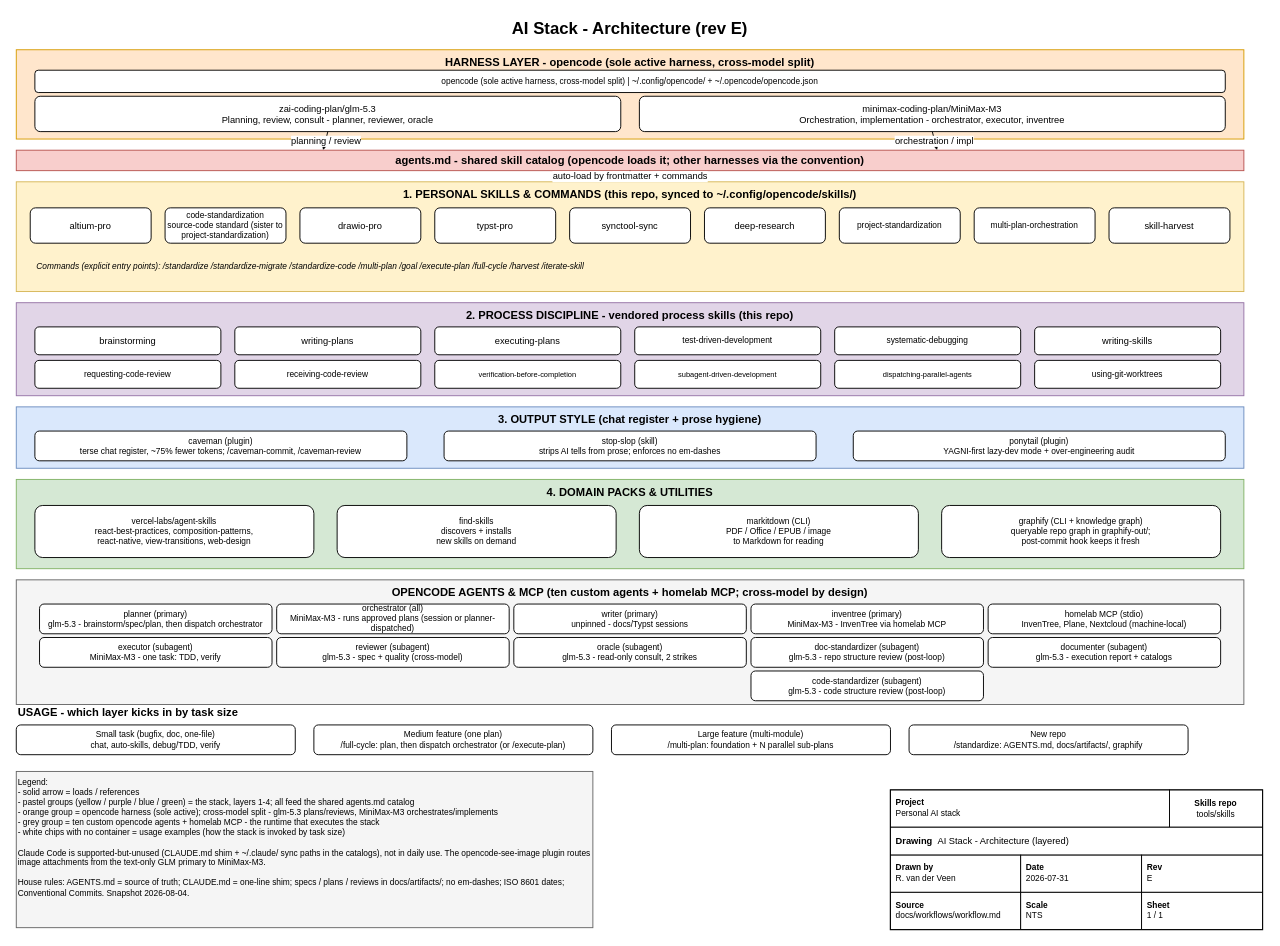
RubenVanDerVeen/skills keeps this draw.io diagram as docs/workflows/stack.drawio. Above is the earlier version. Source tidied: cells renumbered, new cells numbered last; positions are measured from the earlier drawing's top-left corner, leaving out a move shared by most shapes. Both pictures are drawn from the tidied source at 93%, with x=0, y=0 at pixel (16, 16).
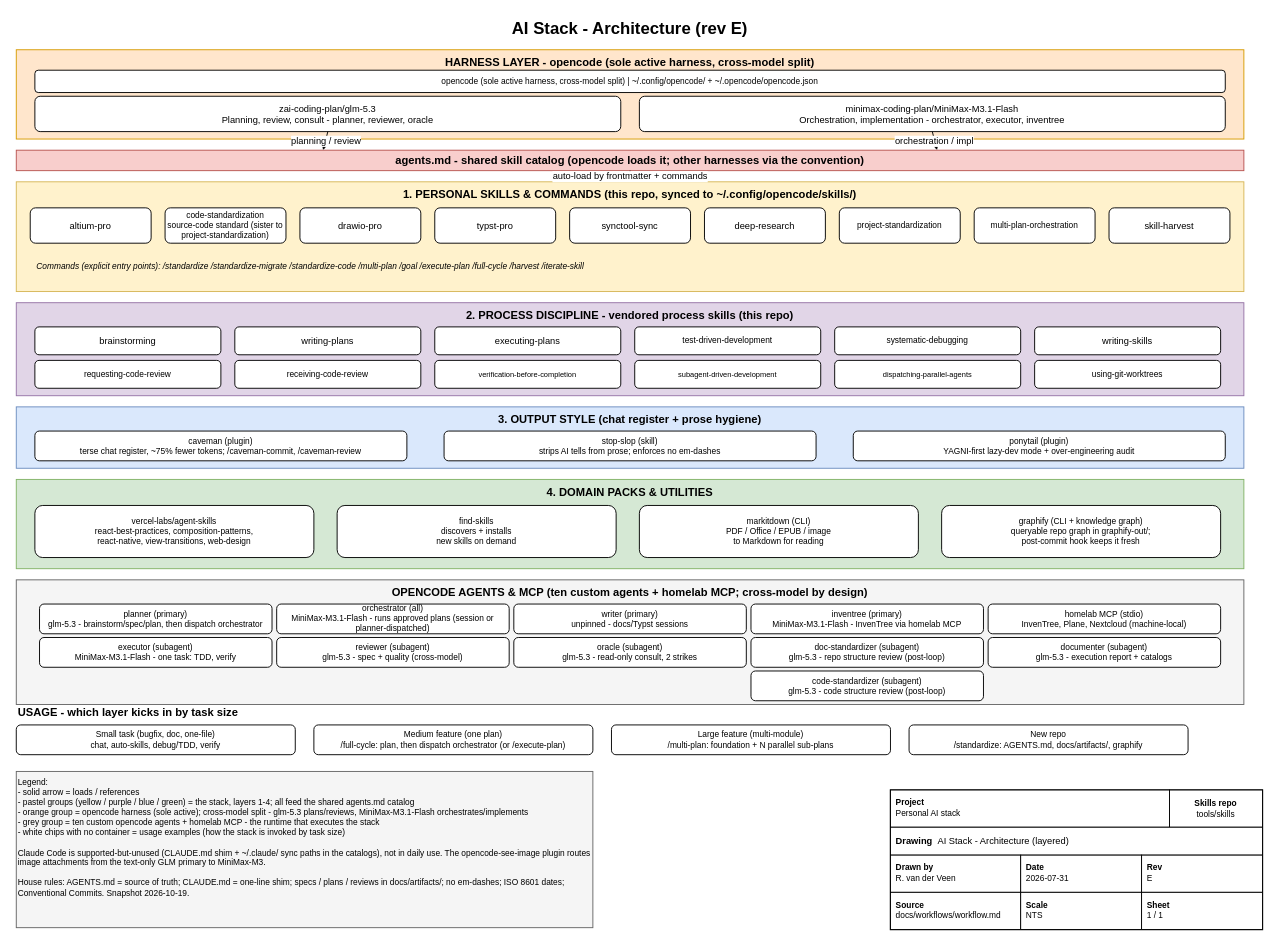
The same diagram, later.

Commit message (it also covers changes not shown here):
chore(agents): repin MiniMax agents from M3 to M3.1-Flash

Unchanged cells that the change refers to:
```xml
<mxCell id="3" value="HARNESS LAYER - opencode (sole active harness, cross-model split)" style="rounded=0;whiteSpace=wrap;html=1;fillColor=#ffe6cc;strokeColor=#d79b00;verticalAlign=top;fontStyle=1;fontSize=12;" parent="1" vertex="1">
  <mxGeometry y="36" width="1320" height="96" as="geometry" />
</mxCell>
<mxCell id="41" value="OPENCODE AGENTS &amp; MCP (ten custom agents + homelab MCP; cross-model by design)" style="rounded=0;whiteSpace=wrap;html=1;fillColor=#f5f5f5;strokeColor=#666666;verticalAlign=top;fontStyle=1;fontSize=12;" parent="1" vertex="1">
  <mxGeometry y="606" width="1320" height="134" as="geometry" />
</mxCell>
```

What changed in the source:
```diff
@@
-    <mxCell id="6" value="minimax-coding-plan/MiniMax-M3&#10;Orchestration, implementation - orchestrator, executor, inventree" style="rounded=1;whiteSpace=wrap;html=1;fillColor=#ffffff;strokeColor=#000000;fontSize=10;" parent="3" vertex="1">
+    <mxCell id="6" value="minimax-coding-plan/MiniMax-M3.1-Flash&#10;Orchestration, implementation - orchestrator, executor, inventree" style="rounded=1;whiteSpace=wrap;html=1;fillColor=#ffffff;strokeColor=#000000;fontSize=10;" parent="3" vertex="1">
       <mxGeometry x="670" y="50" width="630" height="38" as="geometry" />
     </mxCell>
@@
-    <mxCell id="43" value="orchestrator (all)&#10;MiniMax-M3 - runs approved plans (session or planner-dispatched)" style="rounded=1;whiteSpace=wrap;html=1;fillColor=#ffffff;strokeColor=#000000;fontSize=9;" parent="41" vertex="1">
+    <mxCell id="43" value="orchestrator (all)&#10;MiniMax-M3.1-Flash - runs approved plans (session or planner-dispatched)" style="rounded=1;whiteSpace=wrap;html=1;fillColor=#ffffff;strokeColor=#000000;fontSize=9;" parent="41" vertex="1">
       <mxGeometry x="280" y="26" width="250" height="32" as="geometry" />
     </mxCell>
@@
-    <mxCell id="45" value="inventree (primary)&#10;MiniMax-M3 - InvenTree via homelab MCP" style="rounded=1;whiteSpace=wrap;html=1;fillColor=#ffffff;strokeColor=#000000;fontSize=9;" parent="41" vertex="1">
+    <mxCell id="45" value="inventree (primary)&#10;MiniMax-M3.1-Flash - InvenTree via homelab MCP" style="rounded=1;whiteSpace=wrap;html=1;fillColor=#ffffff;strokeColor=#000000;fontSize=9;" parent="41" vertex="1">
       <mxGeometry x="790" y="26" width="250" height="32" as="geometry" />
     </mxCell>
@@
-    <mxCell id="47" value="executor (subagent)&#10;MiniMax-M3 - one task: TDD, verify" style="rounded=1;whiteSpace=wrap;html=1;fillColor=#ffffff;strokeColor=#000000;fontSize=9;" parent="41" vertex="1">
+    <mxCell id="47" value="executor (subagent)&#10;MiniMax-M3.1-Flash - one task: TDD, verify" style="rounded=1;whiteSpace=wrap;html=1;fillColor=#ffffff;strokeColor=#000000;fontSize=9;" parent="41" vertex="1">
       <mxGeometry x="25" y="62" width="250" height="32" as="geometry" />
     </mxCell>
@@
-    <mxCell id="61" value="Legend:&#10;- solid arrow = loads / references&#10;- pastel groups (yellow / purple / blue / green) = the stack, layers 1-4; all feed the shared agents.md catalog&#10;- orange group = opencode harness (sole active); cross-model split - glm-5.3 plans/reviews, MiniMax-M3 orchestrates/implements&#10;- grey group = ten custom opencode agents + homelab MCP - the runtime that executes the stack&#10;- white chips with no container = usage examples (how the stack is invoked by task size)&#10;&#10;Claude Code is supported-but-unused (CLAUDE.md shim + ~/.claude/ sync paths in the catalogs), not in daily use. The opencode-see-image plugin routes image attachments from the text-only GLM primary to MiniMax-M3.&#10;&#10;House rules: AGENTS.md = source of truth; CLAUDE.md = one-line shim; specs / plans / reviews in docs/artifacts/; no em-dashes; ISO 8601 dates; Conventional Commits. Snapshot 2026-08-04." style="rounded=0;whiteSpace=wrap;html=1;fillColor=#f5f5f5;strokeColor=#666666;fontSize=9;align=left;verticalAlign=top;" parent="1" vertex="1">
+    <mxCell id="61" value="Legend:&#10;- solid arrow = loads / references&#10;- pastel groups (yellow / purple / blue / green) = the stack, layers 1-4; all feed the shared agents.md catalog&#10;- orange group = opencode harness (sole active); cross-model split - glm-5.3 plans/reviews, MiniMax-M3.1-Flash orchestrates/implements&#10;- grey group = ten custom opencode agents + homelab MCP - the runtime that executes the stack&#10;- white chips with no container = usage examples (how the stack is invoked by task size)&#10;&#10;Claude Code is supported-but-unused (CLAUDE.md shim + ~/.claude/ sync paths in the catalogs), not in daily use. The opencode-see-image plugin routes image attachments from the text-only GLM primary to MiniMax-M3.&#10;&#10;House rules: AGENTS.md = source of truth; CLAUDE.md = one-line shim; specs / plans / reviews in docs/artifacts/; no em-dashes; ISO 8601 dates; Conventional Commits. Snapshot 2026-10-19." style="rounded=0;whiteSpace=wrap;html=1;fillColor=#f5f5f5;strokeColor=#666666;fontSize=9;align=left;verticalAlign=top;" parent="1" vertex="1">
       <mxGeometry y="812" width="620" height="168" as="geometry" />
     </mxCell>
```
